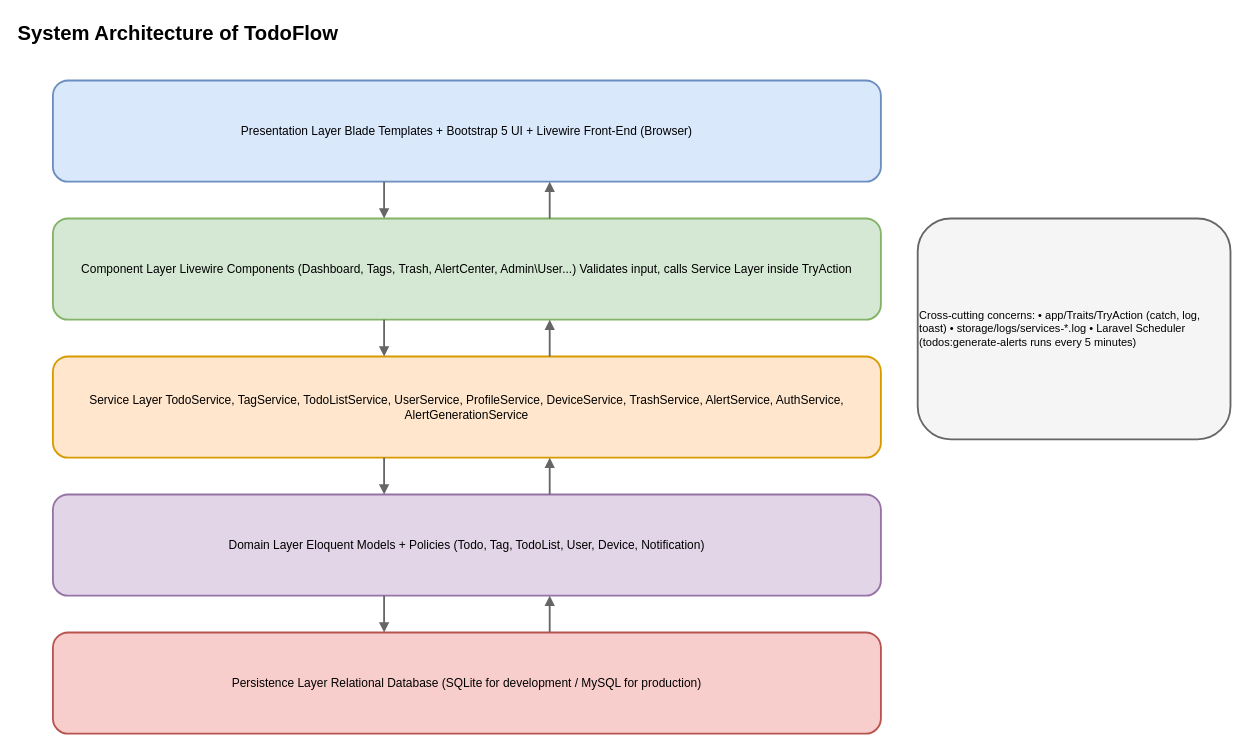
This is ProjectDocs/drawio/fig_3_1_architecture.drawio from Wuninsu/my-todo, a draw.io file, before an edit. Source tidied: cells renumbered, new cells numbered last; positions are measured from the earlier drawing's top-left corner, leaving out a move shared by most shapes. Both pictures are drawn from the tidied source at 92%, with x=0, y=0 at pixel (16, 16).
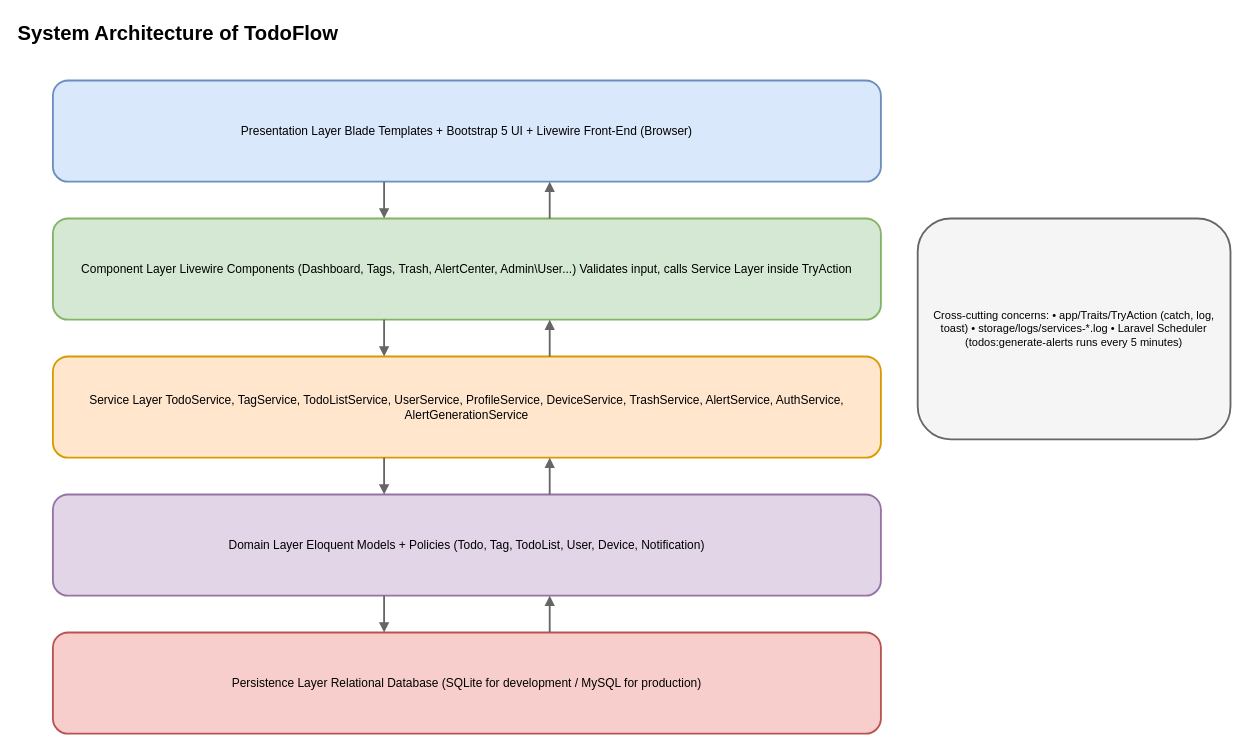
The same page after the edit.

Change to the diagram source:
```diff
@@
-    <mxCell id="16" value="Cross-cutting concerns:  • app/Traits/TryAction (catch, log, toast)  • storage/logs/services-*.log  • Laravel Scheduler (todos:generate-alerts runs every 5 minutes)" style="rounded=1;whiteSpace=wrap;html=1;fillColor=#f5f5f5;strokeColor=#666666;fontSize=12;align=left;valign=middle;strokeWidth=2;" parent="1" vertex="1">
+    <mxCell id="16" value="Cross-cutting concerns:  • app/Traits/TryAction (catch, log, toast)  • storage/logs/services-*.log  • Laravel Scheduler (todos:generate-alerts runs every 5 minutes)" style="rounded=1;whiteSpace=wrap;html=1;fillColor=#f5f5f5;strokeColor=#666666;fontSize=12;align=center;valign=middle;strokeWidth=2;" parent="1" vertex="1">
       <mxGeometry x="980" y="220" width="340" height="240" as="geometry" />
     </mxCell>
```
